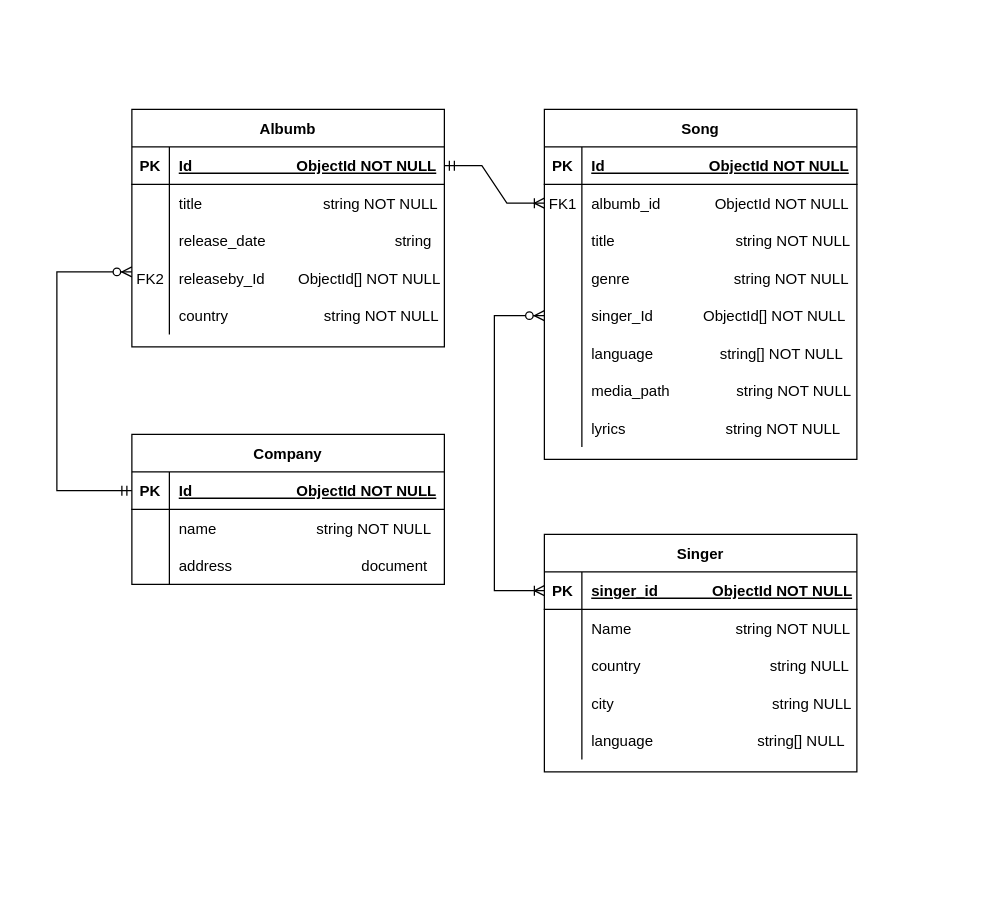
Earlier version of the draw.io diagram Untitled Diagram.drawio (san10p/nosql-er). Source tidied: cells renumbered, new cells numbered last; positions are measured from the earlier drawing's top-left corner, leaving out a move shared by most shapes. Both pictures are drawn from the tidied source at 125%, with x=0, y=0 at pixel (56, 109).
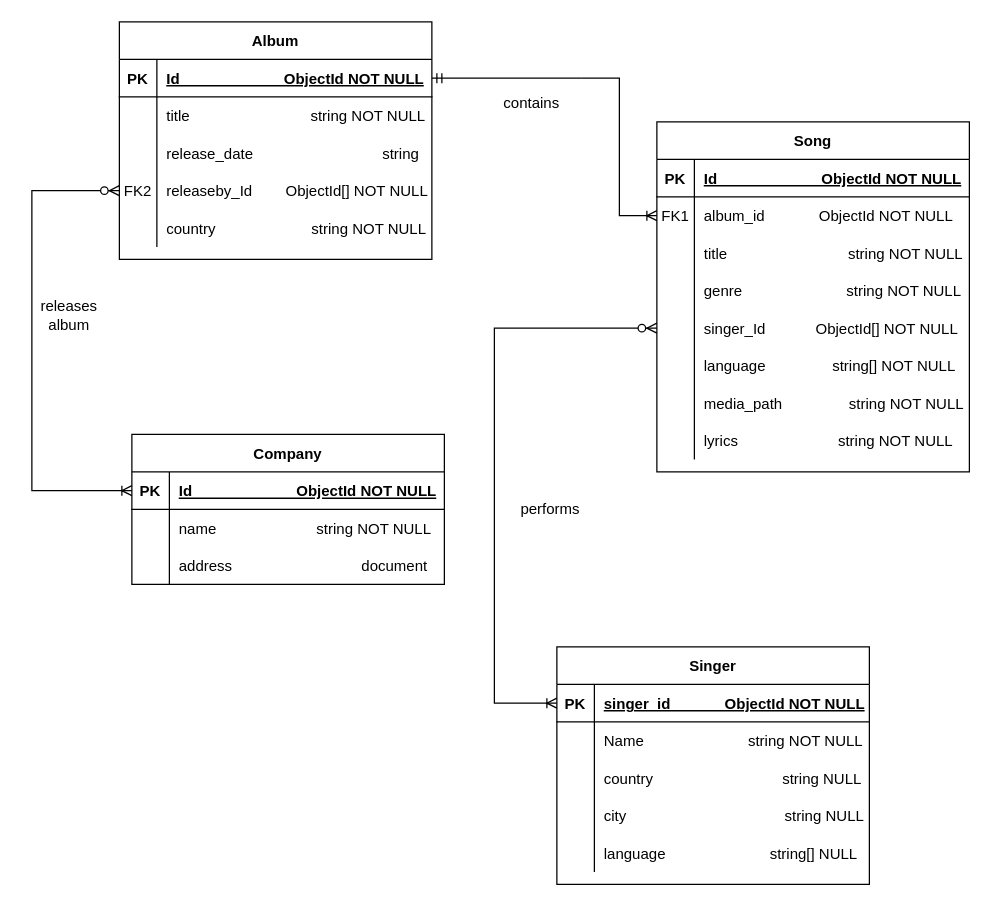
Above is the later version.

Unchanged cells that the change refers to:
```xml
<mxCell id="6" style="shape=partialRectangle;fillColor=none;points=[[0,0.5],[1,0.5]];portConstraint=eastwest;top=0;left=0;right=0;bottom=0;" parent="2" vertex="1">
  <mxGeometry y="60" width="250" height="30" as="geometry" />
</mxCell>
<mxCell id="15" style="shape=partialRectangle;fillColor=none;points=[[0,0.5],[1,0.5]];portConstraint=eastwest;top=0;left=0;right=0;bottom=0;" parent="2" vertex="1">
  <mxGeometry y="150" width="250" height="30" as="geometry" />
</mxCell>
<mxCell id="28" style="shape=partialRectangle;fillColor=none;points=[[0,0.5],[1,0.5]];portConstraint=eastwest;top=0;left=0;right=0;bottom=1;" parent="27" vertex="1">
  <mxGeometry y="30" width="250" height="30" as="geometry" />
</mxCell>
<mxCell id="44" style="shape=partialRectangle;fillColor=none;points=[[0,0.5],[1,0.5]];portConstraint=eastwest;top=0;left=0;right=0;bottom=1;" parent="43" vertex="1">
  <mxGeometry y="30" width="250" height="30" as="geometry" />
</mxCell>
<mxCell id="53" style="shape=partialRectangle;fillColor=none;points=[[0,0.5],[1,0.5]];portConstraint=eastwest;top=0;left=0;right=0;bottom=0;" parent="43" vertex="1">
  <mxGeometry y="120" width="250" height="30" as="geometry" />
</mxCell>
<mxCell id="60" style="shape=partialRectangle;fillColor=none;points=[[0,0.5],[1,0.5]];portConstraint=eastwest;top=0;left=0;right=0;bottom=1;" parent="59" vertex="1">
  <mxGeometry y="30" width="250" height="30" as="geometry" />
</mxCell>
```

Diff of the diagram source:
```diff
@@
     <mxCell id="2" value="Song" style="shape=table;startSize=30;childLayout=tableLayout;rowLines=0;fontStyle=1;align=center;" parent="1" vertex="1">
-      <mxGeometry x="390" width="250" height="280" as="geometry" />
+      <mxGeometry x="480" y="10" width="250" height="280" as="geometry" />
     </mxCell>
@@
-    <mxCell id="8" value="albumb_id             ObjectId NOT NULL" style="shape=partialRectangle;overflow=hidden;fillColor=none;top=0;left=0;bottom=0;right=0;align=left;spacingLeft=6;" parent="6" vertex="1">
+    <mxCell id="8" value="album_id             ObjectId NOT NULL" style="shape=partialRectangle;overflow=hidden;fillColor=none;top=0;left=0;bottom=0;right=0;align=left;spacingLeft=6;" parent="6" vertex="1">
       <mxGeometry x="30" width="220" height="30" as="geometry" />
     </mxCell>
@@
     <mxCell id="27" value="Singer" style="shape=table;startSize=30;childLayout=tableLayout;rowLines=0;fontStyle=1;align=center;" parent="1" vertex="1">
-      <mxGeometry x="390" y="340" width="250" height="190" as="geometry" />
+      <mxGeometry x="400" y="430" width="250" height="190" as="geometry" />
     </mxCell>
@@
-    <mxCell id="43" value="Albumb" style="shape=table;startSize=30;childLayout=tableLayout;rowLines=0;fontStyle=1;align=center;" parent="1" vertex="1">
-      <mxGeometry x="60" width="250" height="190" as="geometry" />
+    <mxCell id="43" value="Album" style="shape=table;startSize=30;childLayout=tableLayout;rowLines=0;fontStyle=1;align=center;" parent="1" vertex="1">
+      <mxGeometry x="50" y="-70" width="250" height="190" as="geometry" />
     </mxCell>
@@
-    <mxCell id="69" style="edgeStyle=elbowEdgeStyle;fontSize=12;html=1;endArrow=ERoneToMany;startArrow=ERzeroToMany;rounded=0;exitX=0;exitY=0.5;exitDx=0;exitDy=0;" parent="1" edge="1" source="15">
+    <mxCell id="69" style="edgeStyle=elbowEdgeStyle;fontSize=12;html=1;endArrow=ERoneToMany;startArrow=ERzeroToMany;rounded=0;exitX=0;exitY=0.5;exitDx=0;exitDy=0;entryX=0;entryY=0.5;entryDx=0;entryDy=0;" parent="1" edge="1" source="15" target="28">
       <mxGeometry relative="1" as="geometry">
-        <mxPoint x="390" y="385" as="targetPoint" />
         <Array as="points">
           <mxPoint x="350" y="280" />
         </Array>
       </mxGeometry>
     </mxCell>
-    <mxCell id="70" style="edgeStyle=entityRelationEdgeStyle;fontSize=12;html=1;endArrow=ERoneToMany;startArrow=ERmandOne;rounded=0;exitX=1;exitY=0.5;exitDx=0;exitDy=0;entryX=0;entryY=0.5;entryDx=0;entryDy=0;" parent="1" edge="1" source="44" target="6">
-      <mxGeometry relative="1" as="geometry" />
+    <mxCell id="70" style="edgeStyle=entityRelationEdgeStyle;fontSize=12;html=1;endArrow=ERoneToMany;startArrow=none;rounded=0;exitX=1;exitY=0.5;exitDx=0;exitDy=0;entryX=0;entryY=0.5;entryDx=0;entryDy=0;" parent="1" edge="1" target="6">
+      <mxGeometry relative="1" as="geometry">
+        <mxPoint x="420" y="-25" as="sourcePoint" />
+      </mxGeometry>
     </mxCell>
-    <mxCell id="71" style="edgeStyle=elbowEdgeStyle;fontSize=12;html=1;endArrow=ERzeroToMany;startArrow=ERmandOne;rounded=0;exitX=0;exitY=0.5;exitDx=0;exitDy=0;" parent="1" edge="1" source="60">
-      <mxGeometry relative="1" as="geometry">
-        <mxPoint x="60" y="130" as="targetPoint" />
-        <Array as="points">
-          <mxPoint y="220" />
-        </Array>
-      </mxGeometry>
-    </mxCell>
+    <mxCell id="72" style="edgeStyle=elbowEdgeStyle;fontSize=12;html=1;endArrow=ERoneToMany;startArrow=ERzeroToMany;rounded=0;exitX=0;exitY=0.5;exitDx=0;exitDy=0;entryX=0;entryY=0.5;entryDx=0;entryDy=0;" parent="1" edge="1" source="53" target="60">
+      <mxGeometry relative="1" as="geometry">
+        <Array as="points">
+          <mxPoint x="-20" y="170" />
+          <mxPoint x="20" y="245" />
+        </Array>
+      </mxGeometry>
+    </mxCell>
+    <mxCell id="73" style="edgeStyle=entityRelationEdgeStyle;fontSize=12;html=1;endArrow=none;startArrow=ERmandOne;rounded=0;exitX=1;exitY=0.5;exitDx=0;exitDy=0;" parent="1" edge="1" source="44">
+      <mxGeometry relative="1" as="geometry">
+        <mxPoint x="420" y="-25" as="targetPoint" />
+      </mxGeometry>
+    </mxCell>
+    <mxCell id="74" value="contains" style="text;html=1;strokeColor=none;fillColor=none;align=center;verticalAlign=middle;whiteSpace=wrap;rounded=0;" parent="1" vertex="1">
+      <mxGeometry x="350" y="-20" width="60" height="30" as="geometry" />
+    </mxCell>
+    <mxCell id="75" value="performs" style="text;html=1;strokeColor=none;fillColor=none;align=center;verticalAlign=middle;whiteSpace=wrap;rounded=0;" parent="1" vertex="1">
+      <mxGeometry x="365" y="305" width="60" height="30" as="geometry" />
+    </mxCell>
+    <mxCell id="76" value="releases album" style="text;html=1;strokeColor=none;fillColor=none;align=center;verticalAlign=middle;whiteSpace=wrap;rounded=0;" parent="1" vertex="1">
+      <mxGeometry x="-20" y="150" width="60" height="30" as="geometry" />
+    </mxCell>
```
